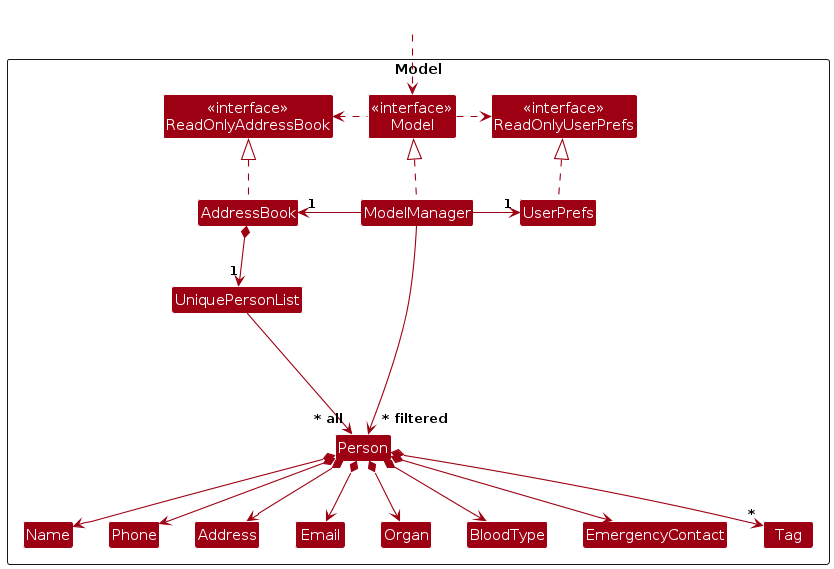
The PlantUML diagram diagrams/ModelClassDiagram.png in IsaiahToh/tp, before a commit. Its source is kept beside it as diagrams/ModelClassDiagram.puml.
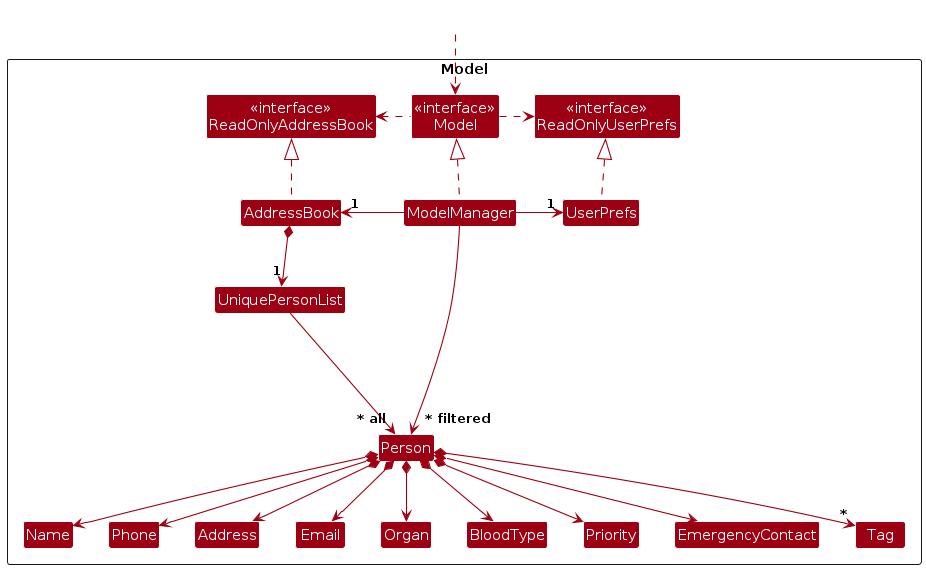
After the commit.

What changed in the source:
```diff
@@ -20,6 +20,7 @@
 Class Phone
 Class Organ
 Class BloodType
+Class Priority
 Class EmergencyContact
 Class Tag
 
@@ -43,10 +44,11 @@
 UniquePersonList --> "~* all" Person
 Person *--> Name
 Person *--> Phone
+Person *--> Address
 Person *--> Email
-Person *--> Address
 Person *--> Organ
 Person *--> BloodType
+Person *--> Priority
 Person *--> EmergencyContact
 Person *--> "*" Tag
 
```
